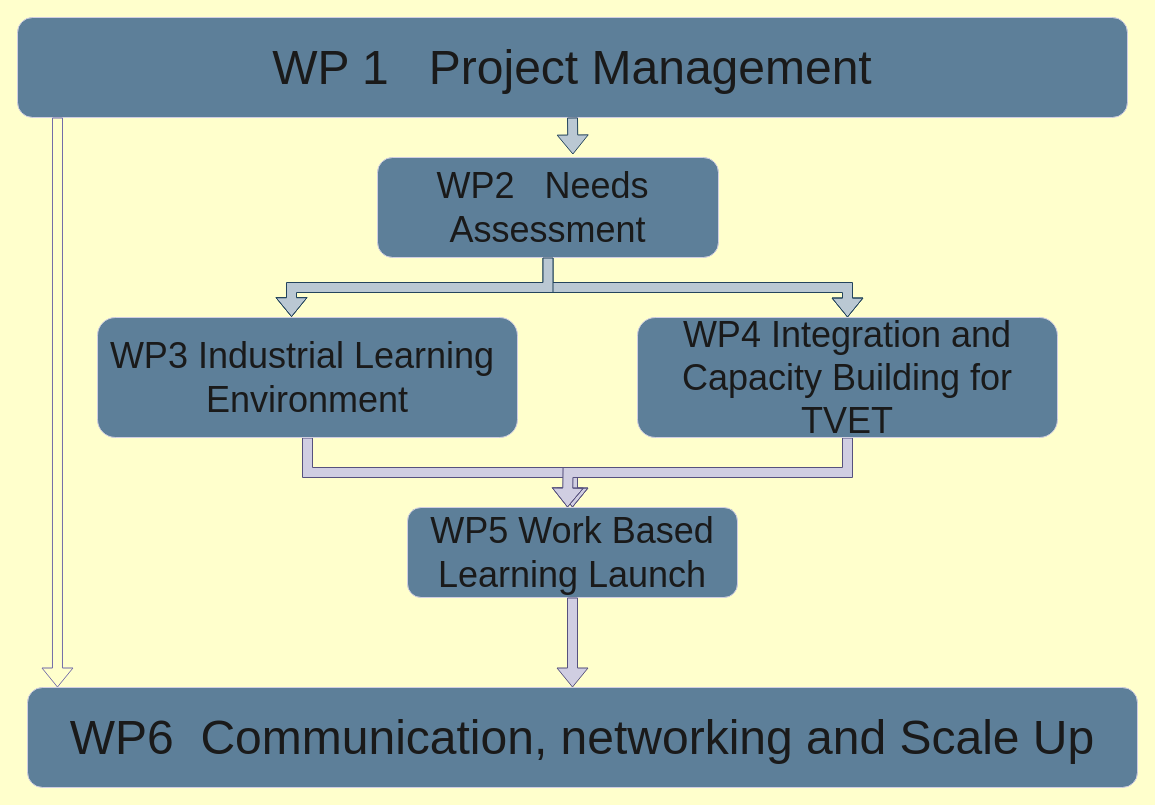
Doreen-b-tronic/FT keeps this draw.io diagram as Work Package.drawio. Above is the earlier version. Source tidied: cells renumbered, new cells numbered last; positions are measured from the earlier drawing's top-left corner, leaving out a move shared by most shapes. Both pictures are drawn from the tidied source at 100%, with x=0, y=0 at pixel (17, 17).
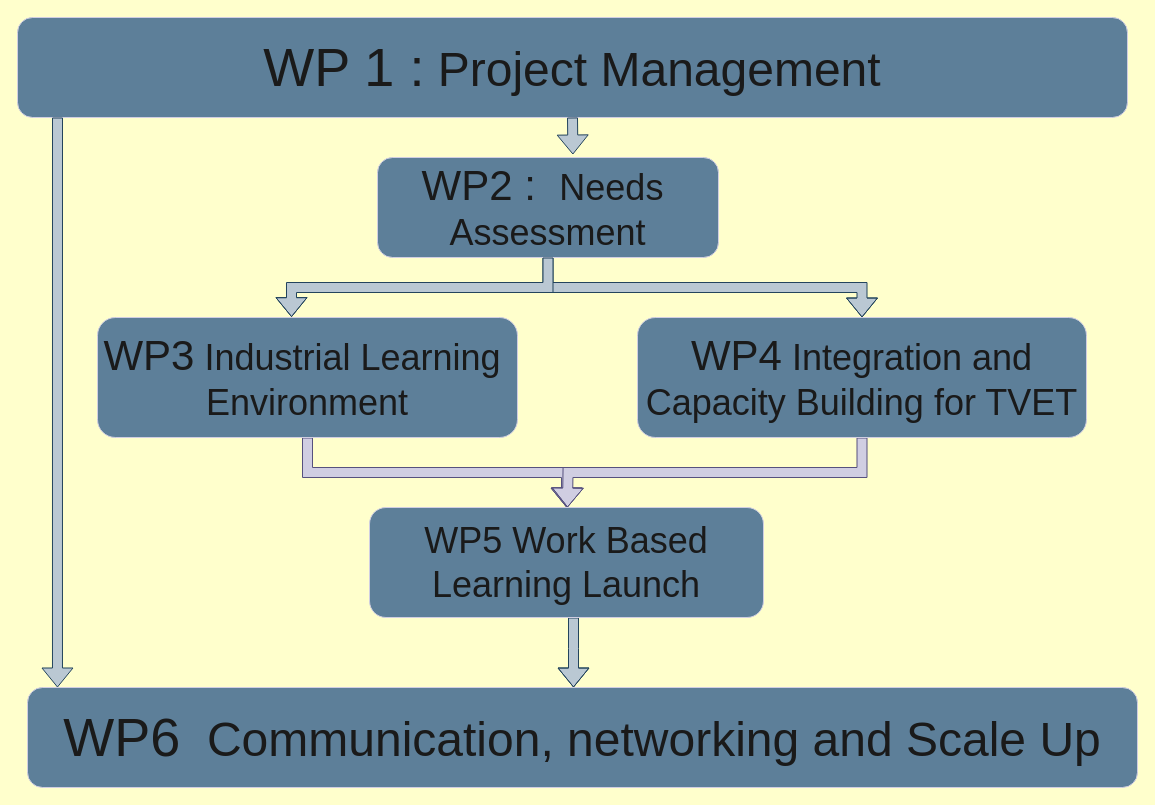
After the change.

Change to the diagram source:
```diff
@@
 <mxGraphModel background="#FFFFCC">
   <root>
     <mxCell id="0" />
     <mxCell id="1" parent="0" />
-    <mxCell id="2" value="&lt;font style=&quot;font-size: 48px;&quot;&gt;WP 1&amp;nbsp; &amp;nbsp;Project Management&lt;/font&gt;" style="rounded=1;whiteSpace=wrap;html=1;labelBackgroundColor=none;fillColor=#5D7F99;strokeColor=#D0CEE2;fontColor=#1A1A1A;" parent="1" vertex="1">
+    <mxCell id="2" value="&lt;font style=&quot;font-size: 54px;&quot;&gt;WP 1 :&lt;/font&gt;&lt;font style=&quot;font-size: 48px;&quot;&gt;&amp;nbsp;Project Management&lt;/font&gt;" style="rounded=1;whiteSpace=wrap;html=1;labelBackgroundColor=none;fillColor=#5D7F99;strokeColor=#D0CEE2;fontColor=#1A1A1A;" parent="1" vertex="1">
       <mxGeometry width="1110" height="100" as="geometry" />
     </mxCell>
     <mxCell id="3" style="edgeStyle=orthogonalEdgeStyle;shape=flexArrow;rounded=0;jettySize=auto;html=1;labelBackgroundColor=none;strokeColor=#23445d;fontColor=default;fillColor=#bac8d3;" parent="1" edge="1" source="4" target="8">
       <mxGeometry relative="1" as="geometry" />
     </mxCell>
-    <mxCell id="4" value="&lt;font style=&quot;font-size: 36px;&quot;&gt;WP2&amp;nbsp; &amp;nbsp;Needs&amp;nbsp;&lt;br&gt;Assessment&lt;/font&gt;" style="rounded=1;whiteSpace=wrap;html=1;labelBackgroundColor=none;fillColor=#5D7F99;strokeColor=#D0CEE2;fontColor=#1A1A1A;" parent="1" vertex="1">
+    <mxCell id="4" value="&lt;font style=&quot;font-size: 42px;&quot;&gt;WP2 :&amp;nbsp;&amp;nbsp;&lt;/font&gt;&lt;font style=&quot;font-size: 36px;&quot;&gt;Needs&amp;nbsp;&lt;br&gt;Assessment&lt;/font&gt;" style="rounded=1;whiteSpace=wrap;html=1;labelBackgroundColor=none;fillColor=#5D7F99;strokeColor=#D0CEE2;fontColor=#1A1A1A;" parent="1" vertex="1">
       <mxGeometry x="360" y="140" width="341" height="100" as="geometry" />
     </mxCell>
     <mxCell id="5" style="edgeStyle=orthogonalEdgeStyle;shape=flexArrow;rounded=0;jettySize=auto;html=1;exitX=0.5;exitY=1;exitDx=0;exitDy=0;entryX=0.5;entryY=0;entryDx=0;entryDy=0;labelBackgroundColor=none;strokeColor=#56517e;fontColor=default;fillColor=#d0cee2;" parent="1" edge="1" source="6" target="9">
       <mxGeometry relative="1" as="geometry" />
     </mxCell>
-    <mxCell id="6" value="&lt;font style=&quot;font-size: 36px;&quot;&gt;WP3 Industrial Learning&amp;nbsp;&lt;br&gt;Environment&lt;/font&gt;" style="rounded=1;whiteSpace=wrap;html=1;labelBackgroundColor=none;fillColor=#5D7F99;strokeColor=#D0CEE2;fontColor=#1A1A1A;" parent="1" vertex="1">
+    <mxCell id="6" value="&lt;font style=&quot;font-size: 42px;&quot;&gt;WP3&lt;/font&gt;&lt;font style=&quot;font-size: 36px;&quot;&gt; Industrial Learning&amp;nbsp;&lt;br&gt;Environment&lt;/font&gt;" style="rounded=1;whiteSpace=wrap;html=1;labelBackgroundColor=none;fillColor=#5D7F99;strokeColor=#D0CEE2;fontColor=#1A1A1A;" parent="1" vertex="1">
       <mxGeometry x="80" y="300" width="420" height="120" as="geometry" />
     </mxCell>
     <mxCell id="7" style="edgeStyle=orthogonalEdgeStyle;shape=flexArrow;rounded=0;jettySize=auto;html=1;exitX=0.5;exitY=1;exitDx=0;exitDy=0;labelBackgroundColor=none;strokeColor=#56517e;fontColor=default;fillColor=#d0cee2;" parent="1" edge="1" source="8">
       <mxGeometry relative="1" as="geometry">
         <mxPoint x="550" y="490" as="targetPoint" />
       </mxGeometry>
     </mxCell>
-    <mxCell id="8" value="&lt;font style=&quot;font-size: 36px;&quot;&gt;WP4 Integration and Capacity Building for TVET&lt;/font&gt;" style="rounded=1;whiteSpace=wrap;html=1;labelBackgroundColor=none;fillColor=#5D7F99;strokeColor=#D0CEE2;fontColor=#1A1A1A;" parent="1" vertex="1">
-      <mxGeometry x="620" y="300" width="420" height="120" as="geometry" />
+    <mxCell id="8" value="&lt;font style=&quot;font-size: 42px;&quot;&gt;WP4&lt;/font&gt;&lt;font style=&quot;font-size: 36px;&quot;&gt; Integration and Capacity Building for TVET&lt;/font&gt;" style="rounded=1;whiteSpace=wrap;html=1;labelBackgroundColor=none;fillColor=#5D7F99;strokeColor=#D0CEE2;fontColor=#1A1A1A;" parent="1" vertex="1">
+      <mxGeometry x="620" y="300" width="449" height="120" as="geometry" />
     </mxCell>
+    <mxCell id="15" style="edgeStyle=orthogonalEdgeStyle;rounded=0;jettySize=auto;html=1;shape=flexArrow;fillColor=#bac8d3;strokeColor=#23445d;" parent="1" edge="1" source="9" target="10">
+      <mxGeometry relative="1" as="geometry">
+        <Array as="points">
+          <mxPoint x="556" y="631" />
+          <mxPoint x="556" y="631" />
+        </Array>
+      </mxGeometry>
+    </mxCell>
     <mxCell id="9" value="&lt;font style=&quot;font-size: 36px;&quot;&gt;WP5 Work Based Learning Launch&lt;/font&gt;" style="rounded=1;whiteSpace=wrap;html=1;labelBackgroundColor=none;fillColor=#5D7F99;strokeColor=#D0CEE2;fontColor=#1A1A1A;" parent="1" vertex="1">
-      <mxGeometry x="390" y="490" width="330" height="90" as="geometry" />
+      <mxGeometry x="352" y="490" width="394" height="110" as="geometry" />
     </mxCell>
-    <mxCell id="10" value="&lt;font style=&quot;font-size: 48px;&quot;&gt;WP6&amp;nbsp; Communication, networking and Scale Up&lt;/font&gt;" style="rounded=1;whiteSpace=wrap;html=1;labelBackgroundColor=none;fillColor=#5D7F99;strokeColor=#D0CEE2;fontColor=#1A1A1A;" parent="1" vertex="1">
+    <mxCell id="10" value="&lt;font style=&quot;font-size: 54px;&quot;&gt;WP6&lt;/font&gt;&lt;font style=&quot;font-size: 48px;&quot;&gt;&amp;nbsp; Communication, networking and Scale Up&lt;/font&gt;" style="rounded=1;whiteSpace=wrap;html=1;labelBackgroundColor=none;fillColor=#5D7F99;strokeColor=#D0CEE2;fontColor=#1A1A1A;" parent="1" vertex="1">
       <mxGeometry x="10" y="670" width="1110" height="100" as="geometry" />
     </mxCell>
-    <mxCell id="11" style="edgeStyle=orthogonalEdgeStyle;rounded=0;jettySize=auto;html=1;entryX=0.027;entryY=0;entryDx=0;entryDy=0;entryPerimeter=0;shape=flexArrow;labelBackgroundColor=none;strokeColor=#736CA8;fontColor=default;" parent="1" edge="1" target="10">
+    <mxCell id="11" style="edgeStyle=orthogonalEdgeStyle;rounded=0;jettySize=auto;html=1;entryX=0.027;entryY=0;entryDx=0;entryDy=0;entryPerimeter=0;shape=flexArrow;labelBackgroundColor=none;strokeColor=#23445d;fontColor=default;fillColor=#bac8d3;" parent="1" edge="1" target="10">
       <mxGeometry relative="1" as="geometry">
         <mxPoint x="40" y="100" as="sourcePoint" />
         <Array as="points">
           <mxPoint x="40" y="100" />
         </Array>
       </mxGeometry>
     </mxCell>
     <mxCell id="12" style="edgeStyle=orthogonalEdgeStyle;shape=flexArrow;rounded=0;jettySize=auto;html=1;exitX=0.5;exitY=1;exitDx=0;exitDy=0;entryX=0.573;entryY=-0.03;entryDx=0;entryDy=0;entryPerimeter=0;labelBackgroundColor=none;strokeColor=#23445d;fontColor=default;fillColor=#bac8d3;" parent="1" edge="1" source="2" target="4">
       <mxGeometry relative="1" as="geometry" />
     </mxCell>
     <mxCell id="13" style="edgeLabel;html=1;align=center;verticalAlign=middle;strokeColor=#D0CEE2;fontColor=#1A1A1A;fillColor=#5D7F99;" parent="12" vertex="1">
       <mxGeometry x="0.08" y="-4" relative="1" as="geometry" />
     </mxCell>
     <mxCell id="14" style="edgeStyle=orthogonalEdgeStyle;shape=flexArrow;rounded=0;jettySize=auto;html=1;exitX=0.5;exitY=1;exitDx=0;exitDy=0;entryX=0.462;entryY=-0.003;entryDx=0;entryDy=0;entryPerimeter=0;labelBackgroundColor=none;strokeColor=#23445d;fontColor=default;fillColor=#bac8d3;" parent="1" edge="1" source="4" target="6">
       <mxGeometry relative="1" as="geometry" />
     </mxCell>
-    <mxCell id="15" style="edgeStyle=orthogonalEdgeStyle;shape=flexArrow;rounded=0;jettySize=auto;html=1;exitX=0.5;exitY=1;exitDx=0;exitDy=0;entryX=0.491;entryY=0;entryDx=0;entryDy=0;entryPerimeter=0;labelBackgroundColor=none;strokeColor=#56517e;fontColor=default;fillColor=#d0cee2;" parent="1" edge="1" source="9" target="10">
-      <mxGeometry relative="1" as="geometry" />
-    </mxCell>
   </root>
 </mxGraphModel>
```
